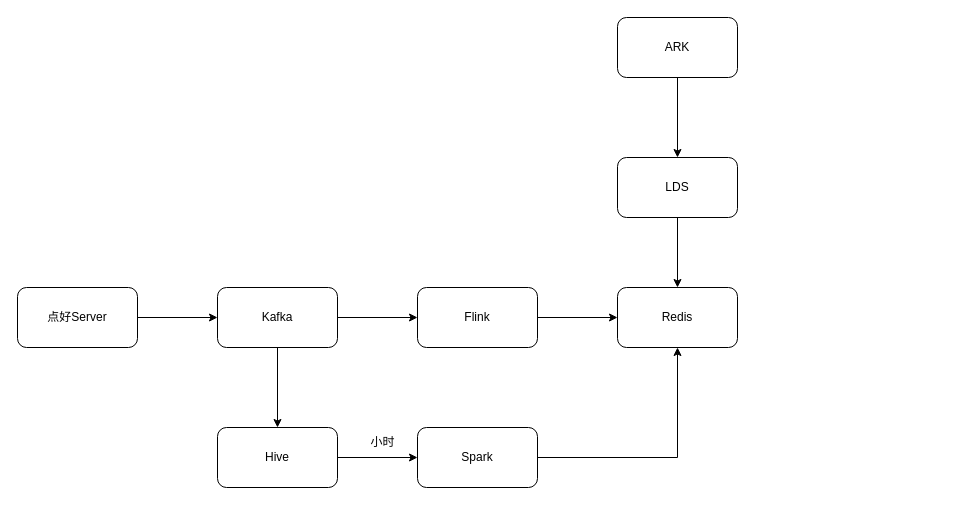
wupengfei2/draw keeps this draw.io diagram as red.drawio. Above is the earlier version. Source tidied: cells renumbered, new cells numbered last; positions are measured from the earlier drawing's top-left corner, leaving out a move shared by most shapes. Both pictures are drawn from the tidied source at 100%, with x=0, y=0 at pixel (17, 17).
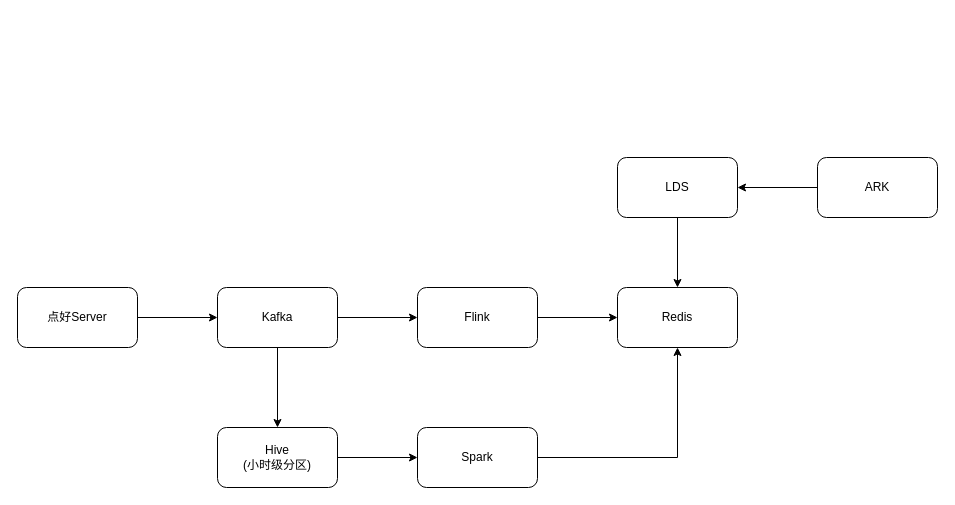
The same page after the edit.

The edit, as a diff of the source:
```diff
@@
 <mxGraphModel>
   <root>
     <mxCell id="0" />
     <mxCell id="1" parent="0" />
     <mxCell id="2" style="edgeStyle=orthogonalEdgeStyle;rounded=0;jettySize=auto;html=1;" parent="1" edge="1" source="5" target="7">
       <mxGeometry relative="1" as="geometry" />
     </mxCell>
     <mxCell id="3" style="edgeStyle=orthogonalEdgeStyle;rounded=0;jettySize=auto;html=1;" parent="1" edge="1" source="5" target="11">
       <mxGeometry relative="1" as="geometry" />
     </mxCell>
     <mxCell id="4" style="edgeStyle=orthogonalEdgeStyle;rounded=0;jettySize=auto;html=1;startArrow=classic;startFill=1;endArrow=none;endFill=0;" parent="1" edge="1" source="5" target="14">
       <mxGeometry relative="1" as="geometry" />
     </mxCell>
     <mxCell id="5" value="Kafka" style="rounded=1;whiteSpace=wrap;html=1;" parent="1" vertex="1">
       <mxGeometry x="200" y="270" width="120" height="60" as="geometry" />
     </mxCell>
     <mxCell id="6" style="edgeStyle=orthogonalEdgeStyle;rounded=0;jettySize=auto;html=1;" parent="1" edge="1" source="7" target="9">
       <mxGeometry relative="1" as="geometry" />
     </mxCell>
     <mxCell id="7" value="Flink" style="rounded=1;whiteSpace=wrap;html=1;" parent="1" vertex="1">
       <mxGeometry x="400" y="270" width="120" height="60" as="geometry" />
     </mxCell>
     <mxCell id="8" style="edgeStyle=orthogonalEdgeStyle;rounded=0;jettySize=auto;html=1;startArrow=classic;startFill=1;endArrow=none;endFill=0;" parent="1" edge="1" source="9" target="17">
       <mxGeometry relative="1" as="geometry" />
     </mxCell>
     <mxCell id="9" value="Redis" style="rounded=1;whiteSpace=wrap;html=1;" parent="1" vertex="1">
       <mxGeometry x="600" y="270" width="120" height="60" as="geometry" />
     </mxCell>
     <mxCell id="10" style="edgeStyle=orthogonalEdgeStyle;rounded=0;jettySize=auto;html=1;" parent="1" edge="1" source="11" target="13">
       <mxGeometry relative="1" as="geometry" />
     </mxCell>
-    <mxCell id="11" value="Hive" style="rounded=1;whiteSpace=wrap;html=1;" parent="1" vertex="1">
+    <mxCell id="11" value="Hive&lt;br&gt;(小时级分区)" style="rounded=1;whiteSpace=wrap;html=1;" parent="1" vertex="1">
       <mxGeometry x="200" y="410" width="120" height="60" as="geometry" />
     </mxCell>
     <mxCell id="12" style="edgeStyle=orthogonalEdgeStyle;rounded=0;jettySize=auto;html=1;entryX=0.5;entryY=1;entryDx=0;entryDy=0;" parent="1" edge="1" source="13" target="9">
       <mxGeometry relative="1" as="geometry" />
     </mxCell>
     <mxCell id="13" value="Spark" style="whiteSpace=wrap;html=1;rounded=1;" parent="1" vertex="1">
       <mxGeometry x="400" y="410" width="120" height="60" as="geometry" />
     </mxCell>
     <mxCell id="14" value="点好Server" style="rounded=1;whiteSpace=wrap;html=1;" parent="1" vertex="1">
       <mxGeometry y="270" width="120" height="60" as="geometry" />
     </mxCell>
-    <mxCell id="15" value="小时" style="text;html=1;align=center;verticalAlign=middle;strokeColor=none;fillColor=none;" parent="1" vertex="1">
-      <mxGeometry x="340" y="410" width="50" height="30" as="geometry" />
-    </mxCell>
     <mxCell id="16" style="edgeStyle=orthogonalEdgeStyle;rounded=0;jettySize=auto;html=1;startArrow=classic;startFill=1;endArrow=none;endFill=0;" parent="1" edge="1" source="17" target="18">
       <mxGeometry relative="1" as="geometry" />
     </mxCell>
     <mxCell id="17" value="LDS" style="rounded=1;whiteSpace=wrap;html=1;" parent="1" vertex="1">
       <mxGeometry x="600" y="140" width="120" height="60" as="geometry" />
     </mxCell>
     <mxCell id="18" value="ARK" style="rounded=1;whiteSpace=wrap;html=1;" parent="1" vertex="1">
-      <mxGeometry x="600" width="120" height="60" as="geometry" />
+      <mxGeometry x="800" y="140" width="120" height="60" as="geometry" />
     </mxCell>
   </root>
 </mxGraphModel>
```
